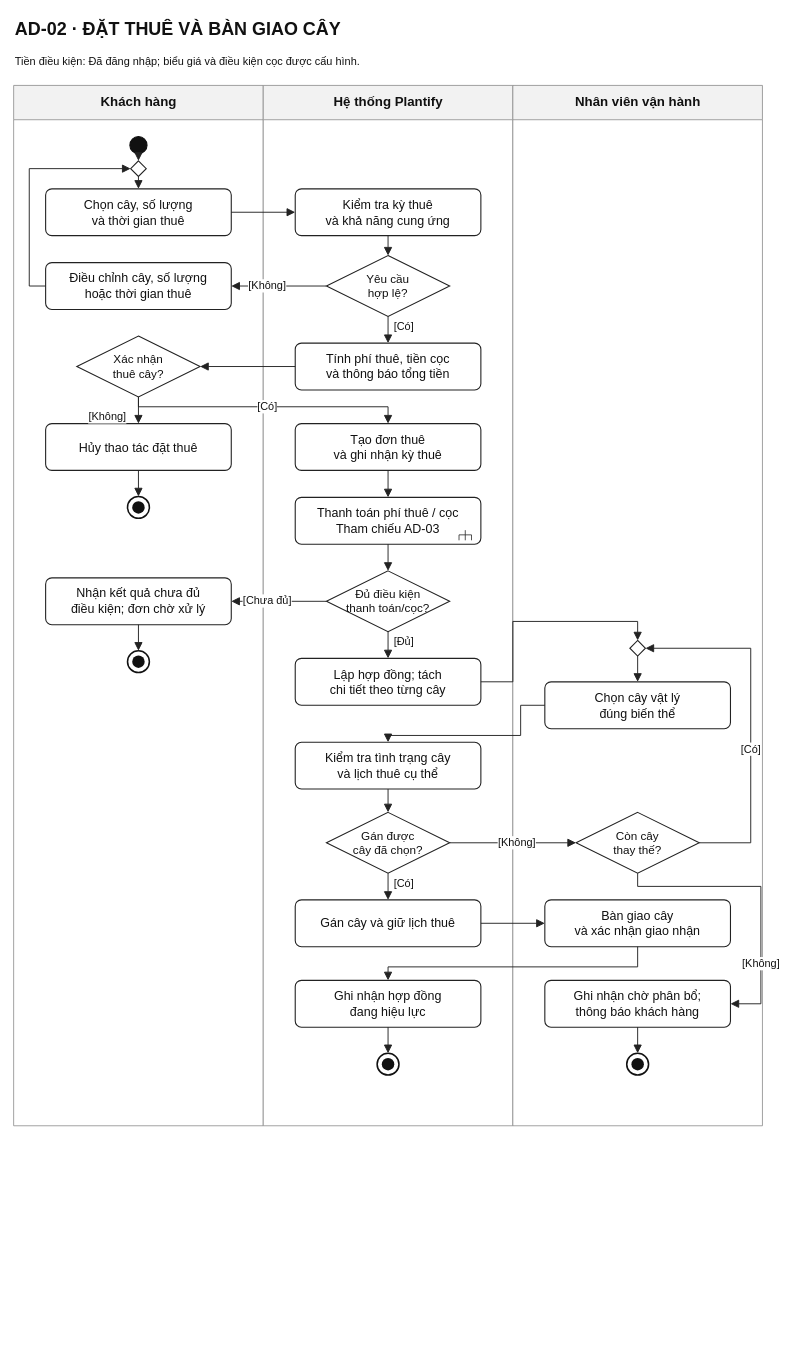
Earlier version of the draw.io diagram docs/activity-diagrams/AD-02-dat-thue-cay.drawio (quocbao2004/plantify-platform). Source tidied: cells renumbered, new cells numbered last; positions are measured from the earlier drawing's top-left corner, leaving out a move shared by most shapes. Both pictures are drawn from the tidied source at 78%, with x=0, y=0 at pixel (13, 13).
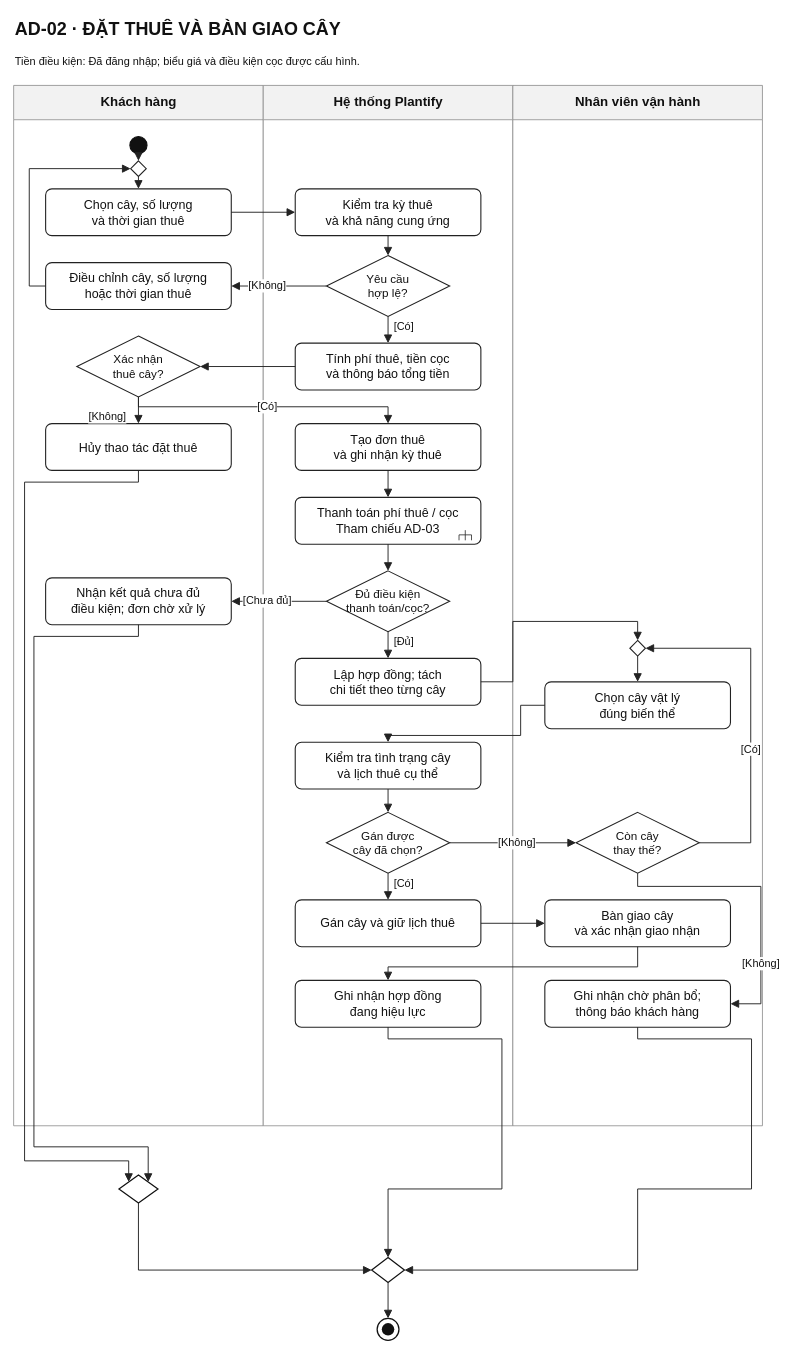
The same page after the edit.

The change refers to these unchanged cells:
```xml
<mxCell id="4" value="Khách hàng" style="swimlane;html=1;horizontal=1;startSize=44;rounded=0;fillColor=#F2F2F2;swimlaneFillColor=#FFFFFF;strokeColor=#888888;strokeWidth=1;fontFamily=Arial;fontSize=17;fontStyle=1;fontColor=#111111;align=center;verticalAlign=middle;" parent="1" vertex="1">
  <mxGeometry y="92" width="320" height="1333.8" as="geometry" />
</mxCell>
<mxCell id="5" value="Hệ thống Plantify" style="swimlane;html=1;horizontal=1;startSize=44;rounded=0;fillColor=#F2F2F2;swimlaneFillColor=#FFFFFF;strokeColor=#888888;strokeWidth=1;fontFamily=Arial;fontSize=17;fontStyle=1;fontColor=#111111;align=center;verticalAlign=middle;" parent="1" vertex="1">
  <mxGeometry x="320" y="92" width="320" height="1333.8" as="geometry" />
</mxCell>
<mxCell id="6" value="Nhân viên vận hành" style="swimlane;html=1;horizontal=1;startSize=44;rounded=0;fillColor=#F2F2F2;swimlaneFillColor=#FFFFFF;strokeColor=#888888;strokeWidth=1;fontFamily=Arial;fontSize=17;fontStyle=1;fontColor=#111111;align=center;verticalAlign=middle;" parent="1" vertex="1">
  <mxGeometry x="640" y="92" width="320" height="1333.8" as="geometry" />
</mxCell>
<mxCell id="15" value="Hủy thao tác đặt thuê" style="rounded=1;arcSize=16;absoluteArcSize=1;html=1;whiteSpace=wrap;strokeColor=#222222;strokeWidth=1.4;fillColor=#FFFFFF;fontFamily=Arial;fontSize=16;fontColor=#111111;align=center;verticalAlign=middle;spacing=5;" parent="4" vertex="1">
  <mxGeometry x="41" y="433.6" width="238" height="60" as="geometry" />
</mxCell>
<mxCell id="26" value="Nhận kết quả chưa đủ&lt;br/&gt;điều kiện; đơn chờ xử lý" style="rounded=1;arcSize=16;absoluteArcSize=1;html=1;whiteSpace=wrap;strokeColor=#222222;strokeWidth=1.4;fillColor=#FFFFFF;fontFamily=Arial;fontSize=16;fontColor=#111111;align=center;verticalAlign=middle;spacing=5;" parent="4" vertex="1">
  <mxGeometry x="41" y="631.4" width="238" height="60" as="geometry" />
</mxCell>
<mxCell id="35" value="Ghi nhận chờ phân bổ;&lt;br/&gt;thông báo khách hàng" style="rounded=1;arcSize=16;absoluteArcSize=1;html=1;whiteSpace=wrap;strokeColor=#222222;strokeWidth=1.4;fillColor=#FFFFFF;fontFamily=Arial;fontSize=16;fontColor=#111111;align=center;verticalAlign=middle;spacing=5;" parent="6" vertex="1">
  <mxGeometry x="41" y="1147.4" width="238" height="60" as="geometry" />
</mxCell>
<mxCell id="40" value="Ghi nhận hợp đồng&lt;br/&gt;đang hiệu lực" style="rounded=1;arcSize=16;absoluteArcSize=1;html=1;whiteSpace=wrap;strokeColor=#222222;strokeWidth=1.4;fillColor=#FFFFFF;fontFamily=Arial;fontSize=16;fontColor=#111111;align=center;verticalAlign=middle;spacing=5;" parent="5" vertex="1">
  <mxGeometry x="41" y="1147.4" width="238" height="60" as="geometry" />
</mxCell>
```

Diff of the diagram source:
```diff
@@
-    <mxCell id="16" style="ellipse;fillColor=#FFFFFF;strokeColor=#111111;strokeWidth=2;" parent="4" vertex="1">
-      <mxGeometry x="146" y="527" width="28" height="28" as="geometry" />
-    </mxCell>
-    <mxCell id="17" style="ellipse;fillColor=#111111;strokeColor=none;" parent="16" vertex="1">
-      <mxGeometry x="6" y="6" width="16" height="16" as="geometry" />
-    </mxCell>
@@
-    <mxCell id="27" style="ellipse;fillColor=#FFFFFF;strokeColor=#111111;strokeWidth=2;" parent="4" vertex="1">
-      <mxGeometry x="146" y="724.8" width="28" height="28" as="geometry" />
-    </mxCell>
-    <mxCell id="28" style="ellipse;fillColor=#111111;strokeColor=none;" parent="27" vertex="1">
-      <mxGeometry x="6" y="6" width="16" height="16" as="geometry" />
-    </mxCell>
@@
-    <mxCell id="36" style="ellipse;fillColor=#FFFFFF;strokeColor=#111111;strokeWidth=2;" parent="6" vertex="1">
-      <mxGeometry x="146" y="1240.8" width="28" height="28" as="geometry" />
-    </mxCell>
-    <mxCell id="37" style="ellipse;fillColor=#111111;strokeColor=none;" parent="36" vertex="1">
-      <mxGeometry x="6" y="6" width="16" height="16" as="geometry" />
-    </mxCell>
@@
-    <mxCell id="41" style="ellipse;fillColor=#FFFFFF;strokeColor=#111111;strokeWidth=2;" parent="5" vertex="1">
-      <mxGeometry x="146" y="1240.8" width="28" height="28" as="geometry" />
-    </mxCell>
-    <mxCell id="42" style="ellipse;fillColor=#111111;strokeColor=none;" parent="41" vertex="1">
-      <mxGeometry x="6" y="6" width="16" height="16" as="geometry" />
-    </mxCell>
@@
-    <mxCell id="52" style="edgeStyle=none;html=1;rounded=0;endArrow=block;endFill=1;endSize=8;startArrow=none;strokeColor=#222222;strokeWidth=1.2;exitX=0.5;exitY=1;exitPerimeter=0;entryX=0.5;entryY=0;entryPerimeter=0;fontFamily=Arial;fontSize=14;fontColor=#111111;labelBackgroundColor=#FFFFFF;jumpStyle=arc;jumpSize=5;spacing=2;" parent="1" edge="1" source="15" target="16">
-      <mxGeometry relative="1" as="geometry" />
-    </mxCell>
@@
-    <mxCell id="57" style="edgeStyle=none;html=1;rounded=0;endArrow=block;endFill=1;endSize=8;startArrow=none;strokeColor=#222222;strokeWidth=1.2;exitX=0.5;exitY=1;exitPerimeter=0;entryX=0.5;entryY=0;entryPerimeter=0;fontFamily=Arial;fontSize=14;fontColor=#111111;labelBackgroundColor=#FFFFFF;jumpStyle=arc;jumpSize=5;spacing=2;" parent="1" edge="1" source="26" target="27">
-      <mxGeometry relative="1" as="geometry" />
-    </mxCell>
@@
-    <mxCell id="66" style="edgeStyle=none;html=1;rounded=0;endArrow=block;endFill=1;endSize=8;startArrow=none;strokeColor=#222222;strokeWidth=1.2;exitX=0.5;exitY=1;exitPerimeter=0;entryX=0.5;entryY=0;entryPerimeter=0;fontFamily=Arial;fontSize=14;fontColor=#111111;labelBackgroundColor=#FFFFFF;jumpStyle=arc;jumpSize=5;spacing=2;" parent="1" edge="1" source="35" target="36">
-      <mxGeometry relative="1" as="geometry" />
-    </mxCell>
@@
+    <mxCell id="71" style="rhombus;perimeter=rhombusPerimeter;html=1;fillColor=#FFFFFF;strokeColor=#111111;strokeWidth=1.6;" parent="1" vertex="1">
+      <mxGeometry x="459" y="1594.8" width="42" height="32" as="geometry" />
+    </mxCell>
+    <mxCell id="41" style="ellipse;html=1;fillColor=#FFFFFF;strokeColor=#111111;strokeWidth=1.6;" parent="1" vertex="1">
+      <mxGeometry x="466" y="1672.8" width="28" height="28" as="geometry" />
+    </mxCell>
+    <mxCell id="42" style="ellipse;fillColor=#111111;strokeColor=none;" parent="41" vertex="1">
+      <mxGeometry x="6" y="6" width="16" height="16" as="geometry" />
+    </mxCell>
+    <mxCell id="72" style="rhombus;perimeter=rhombusPerimeter;html=1;fillColor=#FFFFFF;strokeColor=#111111;strokeWidth=1.6;" parent="1" vertex="1">
+      <mxGeometry x="135" y="1488.8" width="50" height="36" as="geometry" />
+    </mxCell>
+    <mxCell id="52" style="edgeStyle=none;html=1;rounded=0;endArrow=block;endFill=1;endSize=8;startArrow=none;strokeColor=#222222;strokeWidth=1.2;exitX=0.5;exitY=1;exitPerimeter=0;entryX=0.25;entryY=0.25;entryPerimeter=0;fontFamily=Arial;fontSize=14;fontColor=#111111;labelBackgroundColor=#FFFFFF;jumpStyle=arc;jumpSize=5;spacing=2;" parent="1" edge="1" source="15" target="72">
+      <mxGeometry relative="1" as="geometry">
+        <Array as="points">
+          <mxPoint x="160" y="600.6" />
+          <mxPoint x="14" y="600.6" />
+          <mxPoint x="14" y="1470.8" />
+          <mxPoint x="147.5" y="1470.8" />
+        </Array>
+      </mxGeometry>
+    </mxCell>
+    <mxCell id="57" style="edgeStyle=none;html=1;rounded=0;endArrow=block;endFill=1;endSize=8;startArrow=none;strokeColor=#222222;strokeWidth=1.2;exitX=0.5;exitY=1;exitPerimeter=0;entryX=0.75;entryY=0.25;entryPerimeter=0;fontFamily=Arial;fontSize=14;fontColor=#111111;labelBackgroundColor=#FFFFFF;jumpStyle=arc;jumpSize=5;spacing=2;" parent="1" edge="1" source="26" target="72">
+      <mxGeometry relative="1" as="geometry">
+        <Array as="points">
+          <mxPoint x="160" y="798.4" />
+          <mxPoint x="26" y="798.4" />
+          <mxPoint x="26" y="1452.8" />
+          <mxPoint x="172.5" y="1452.8" />
+        </Array>
+      </mxGeometry>
+    </mxCell>
+    <mxCell id="73" style="edgeStyle=none;html=1;rounded=0;endArrow=block;endFill=1;endSize=8;startArrow=none;strokeColor=#222222;strokeWidth=1.2;exitX=0.5;exitY=1;exitPerimeter=0;entryX=0;entryY=0.5;entryPerimeter=0;fontFamily=Arial;fontSize=14;fontColor=#111111;labelBackgroundColor=#FFFFFF;jumpStyle=arc;jumpSize=5;spacing=2;" parent="1" edge="1" source="72" target="71">
+      <mxGeometry relative="1" as="geometry">
+        <Array as="points">
+          <mxPoint x="160" y="1610.8" />
+        </Array>
+      </mxGeometry>
+    </mxCell>
-    <mxCell id="70" style="edgeStyle=none;html=1;rounded=0;endArrow=block;endFill=1;endSize=8;startArrow=none;strokeColor=#222222;strokeWidth=1.2;exitX=0.5;exitY=1;exitPerimeter=0;entryX=0.5;entryY=0;entryPerimeter=0;fontFamily=Arial;fontSize=14;fontColor=#111111;labelBackgroundColor=#FFFFFF;jumpStyle=arc;jumpSize=5;spacing=2;" parent="1" edge="1" source="40" target="41">
-      <mxGeometry relative="1" as="geometry" />
+    <mxCell id="70" style="edgeStyle=none;html=1;rounded=0;endArrow=block;endFill=1;endSize=8;startArrow=none;strokeColor=#222222;strokeWidth=1.2;exitX=0.5;exitY=1;exitPerimeter=0;entryX=0.5;entryY=0;entryPerimeter=0;fontFamily=Arial;fontSize=14;fontColor=#111111;labelBackgroundColor=#FFFFFF;jumpStyle=arc;jumpSize=5;spacing=2;" parent="1" edge="1" source="40" target="71">
+      <mxGeometry relative="1" as="geometry">
+        <Array as="points">
+          <mxPoint x="480" y="1314.4" />
+          <mxPoint x="626" y="1314.4" />
+          <mxPoint x="626" y="1506.8" />
+          <mxPoint x="480" y="1506.8" />
+        </Array>
+      </mxGeometry>
     </mxCell>
+    <mxCell id="66" style="edgeStyle=none;html=1;rounded=0;endArrow=block;endFill=1;endSize=8;startArrow=none;strokeColor=#222222;strokeWidth=1.2;exitX=0.5;exitY=1;exitPerimeter=0;entryX=1;entryY=0.5;entryPerimeter=0;fontFamily=Arial;fontSize=14;fontColor=#111111;labelBackgroundColor=#FFFFFF;jumpStyle=arc;jumpSize=5;spacing=2;" parent="1" edge="1" source="35" target="71">
+      <mxGeometry relative="1" as="geometry">
+        <Array as="points">
+          <mxPoint x="800" y="1314.4" />
+          <mxPoint x="946" y="1314.4" />
+          <mxPoint x="946" y="1506.8" />
+          <mxPoint x="800" y="1506.8" />
+          <mxPoint x="800" y="1610.8" />
+        </Array>
+      </mxGeometry>
+    </mxCell>
+    <mxCell id="74" style="edgeStyle=none;html=1;rounded=0;endArrow=block;endFill=1;endSize=8;startArrow=none;strokeColor=#222222;strokeWidth=1.2;exitX=0.5;exitY=1;exitPerimeter=0;entryX=0.5;entryY=0;entryPerimeter=0;fontFamily=Arial;fontSize=14;fontColor=#111111;labelBackgroundColor=#FFFFFF;jumpStyle=arc;jumpSize=5;spacing=2;" parent="1" edge="1" source="71" target="41">
+      <mxGeometry relative="1" as="geometry" />
+    </mxCell>
```
